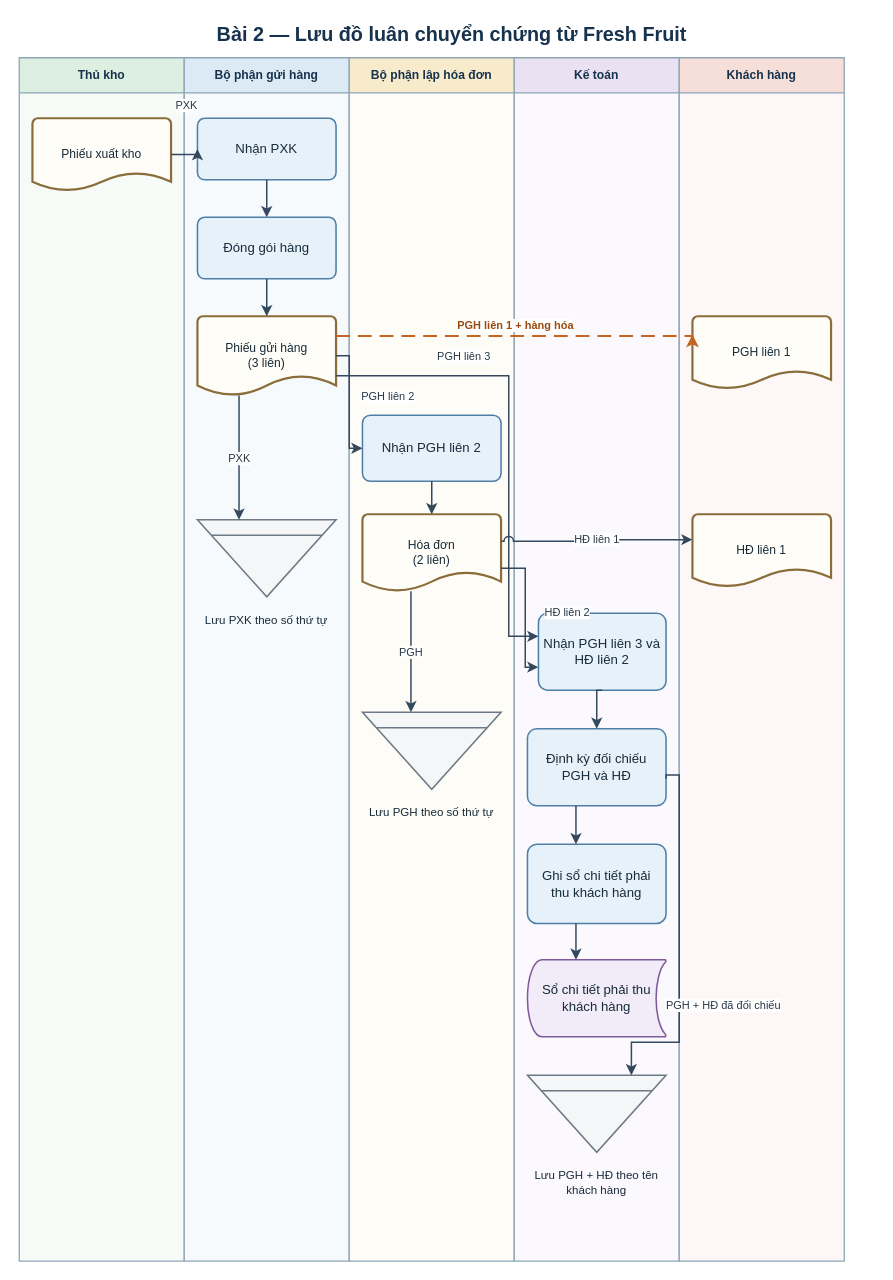
saigonbaddielover/thtrang keeps this draw.io diagram as assets/drawio/05_fresh_fruit_flow.drawio. Above is the earlier version. Source tidied: cells renumbered, new cells numbered last; positions are measured from the earlier drawing's top-left corner, leaving out a move shared by most shapes. Both pictures are drawn from the tidied source at 110%, with x=0, y=0 at pixel (19, 19).
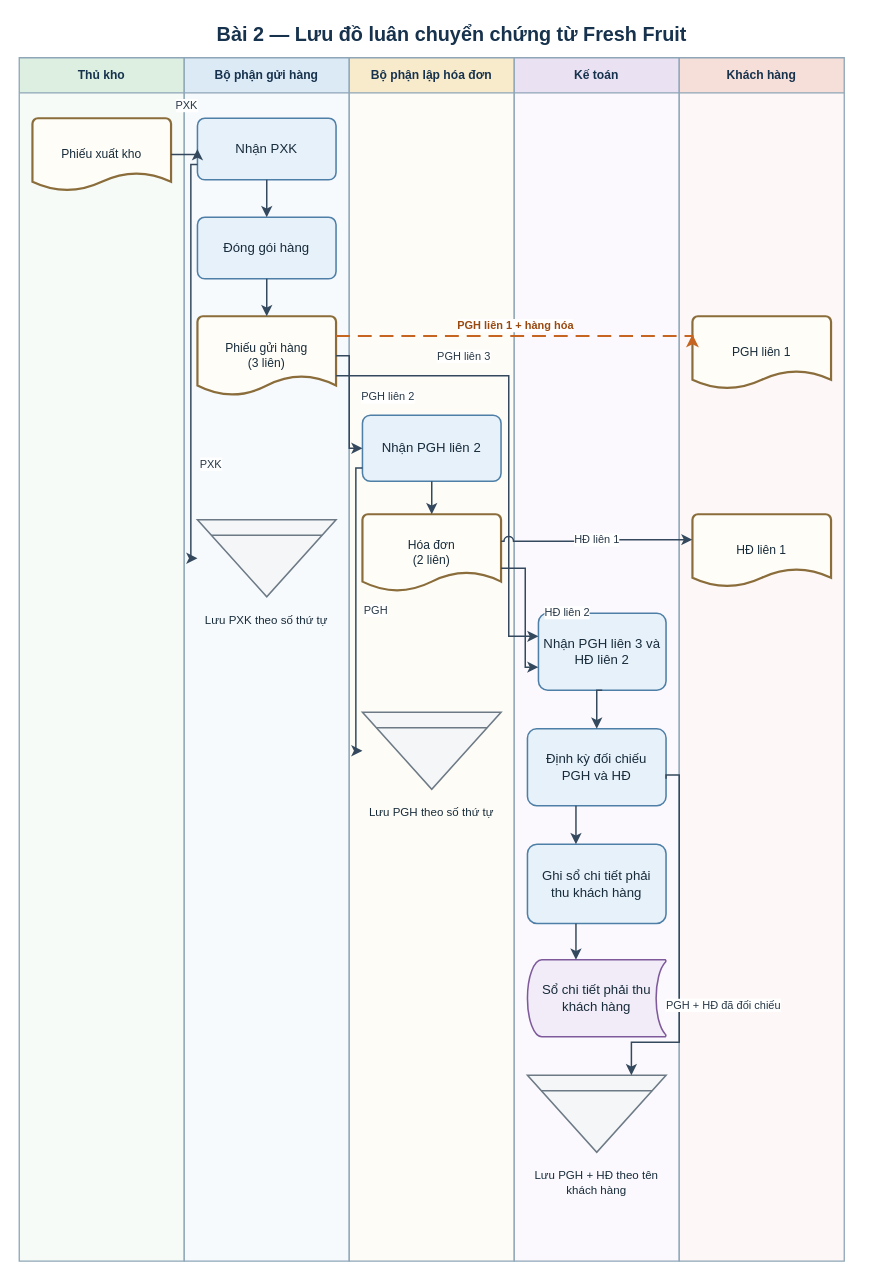
The same diagram, later.

The change refers to these unchanged cells:
```xml
<mxCell id="9" value="Nhận PXK" style="rounded=1;arcSize=12;html=1;whiteSpace=wrap;fontFamily=Arial;align=center;verticalAlign=middle;fontColor=#172B3A; fontSize=11;spacing=5;fillColor=#E7F1FA;strokeColor=#4E7FA7;strokeWidth=1.4;" parent="4" vertex="1">
  <mxGeometry x="12" y="55" width="126" height="56" as="geometry" />
</mxCell>
<mxCell id="11" value="Phiếu gửi hàng&lt;br&gt;(3 liên)" style="strokeWidth=2;shape=mxgraph.flowchart.document2;size=0.25;html=1;whiteSpace=wrap;fontFamily=Arial;align=center;verticalAlign=middle;fontColor=#172B3A;fontSize=11;spacing=4;fillColor=#FFFDF7;strokeColor=#8A6D3B;" parent="4" vertex="1">
  <mxGeometry x="12" y="235" width="126" height="72" as="geometry" />
</mxCell>
<mxCell id="12" value="Lưu PXK theo số thứ tự" style="shape=mxgraph.dfd.archive;html=1;whiteSpace=wrap;fontFamily=Arial;align=center;verticalLabelPosition=bottom;verticalAlign=top;fontColor=#172B3A;fontSize=10.5;spacingTop=8;fillColor=#F4F6F7;strokeColor=#6D7A86;strokeWidth=1.4;" parent="4" vertex="1">
  <mxGeometry x="12" y="420" width="126" height="70" as="geometry" />
</mxCell>
<mxCell id="13" value="Nhận PGH liên 2" style="rounded=1;arcSize=12;html=1;whiteSpace=wrap;fontFamily=Arial;align=center;verticalAlign=middle;fontColor=#172B3A; fontSize=11;spacing=5;fillColor=#E7F1FA;strokeColor=#4E7FA7;strokeWidth=1.4;" parent="5" vertex="1">
  <mxGeometry x="12" y="325" width="126" height="60" as="geometry" />
</mxCell>
<mxCell id="14" value="Hóa đơn&lt;br&gt;(2 liên)" style="strokeWidth=2;shape=mxgraph.flowchart.document2;size=0.25;html=1;whiteSpace=wrap;fontFamily=Arial;align=center;verticalAlign=middle;fontColor=#172B3A;fontSize=11;spacing=4;fillColor=#FFFDF7;strokeColor=#8A6D3B;" parent="5" vertex="1">
  <mxGeometry x="12" y="415" width="126" height="70" as="geometry" />
</mxCell>
<mxCell id="15" value="Lưu PGH theo số thứ tự" style="shape=mxgraph.dfd.archive;html=1;whiteSpace=wrap;fontFamily=Arial;align=center;verticalLabelPosition=bottom;verticalAlign=top;fontColor=#172B3A;fontSize=10.5;spacingTop=8;fillColor=#F4F6F7;strokeColor=#6D7A86;strokeWidth=1.4;" parent="5" vertex="1">
  <mxGeometry x="12" y="595" width="126" height="70" as="geometry" />
</mxCell>
```

Change to the diagram source:
```diff
@@
-    <mxCell id="29" value="PXK" style="edgeStyle=orthogonalEdgeStyle;rounded=0;jettySize=auto;html=1;fontFamily=Arial;fontSize=10;fontColor=#273746;labelBackgroundColor=#FFFFFF;strokeColor=#34495E;strokeWidth=1.35;endArrow=classic;endFill=1;exitX=0.3;exitY=1;entryX=0.3;entryY=0;" parent="1" edge="1" source="11" target="12">
-      <mxGeometry relative="1" as="geometry" />
+    <mxCell id="29" value="PXK" style="edgeStyle=orthogonalEdgeStyle;rounded=0;jettySize=auto;html=1;fontFamily=Arial;fontSize=10;fontColor=#273746;labelBackgroundColor=#FFFFFF;strokeColor=#34495E;strokeWidth=1.35;endArrow=classic;endFill=1;exitX=0;exitY=0.75;entryX=0;entryY=0.5;" parent="1" edge="1" source="9" target="12">
+      <mxGeometry x="0.5" relative="1" as="geometry">
+        <Array as="points">
+          <mxPoint x="156" y="132" />
+          <mxPoint x="156" y="490" />
+        </Array>
+        <mxPoint x="18" as="offset" />
+      </mxGeometry>
     </mxCell>
@@
-    <mxCell id="33" value="PGH" style="edgeStyle=orthogonalEdgeStyle;rounded=0;jettySize=auto;html=1;fontFamily=Arial;fontSize=10;fontColor=#273746;labelBackgroundColor=#FFFFFF;strokeColor=#34495E;strokeWidth=1.35;endArrow=classic;endFill=1;exitX=0.35;exitY=1;entryX=0.35;entryY=0;" parent="1" edge="1" source="14" target="15">
-      <mxGeometry relative="1" as="geometry" />
+    <mxCell id="33" value="PGH" style="edgeStyle=orthogonalEdgeStyle;rounded=0;jettySize=auto;html=1;fontFamily=Arial;fontSize=10;fontColor=#273746;labelBackgroundColor=#FFFFFF;strokeColor=#34495E;strokeWidth=1.35;endArrow=classic;endFill=1;exitX=0;exitY=0.8;entryX=0;entryY=0.5;" parent="1" edge="1" source="13" target="15">
+      <mxGeometry relative="1" as="geometry">
+        <Array as="points">
+          <mxPoint x="306" y="408" />
+          <mxPoint x="306" y="665" />
+        </Array>
+        <mxPoint x="18" as="offset" />
+      </mxGeometry>
     </mxCell>
```
